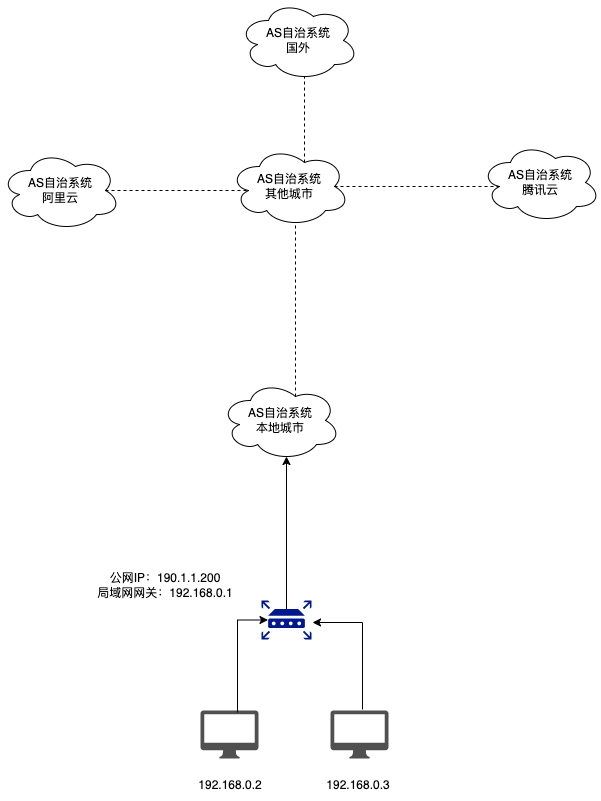
The draw.io diagram IP:跨越AS工作原理.drawio.png in JYbill/draw, before a commit. Source tidied: cells renumbered, new cells last; positions are measured from the earlier drawing's top-left corner, leaving out a move shared by most shapes. Its diagram source:
```xml
<mxGraphModel>
  <root>
    <mxCell id="0" />
    <mxCell id="1" parent="0" />
    <mxCell id="2" value="AS自治系统&lt;br&gt;本地城市" style="ellipse;shape=cloud;whiteSpace=wrap;html=1;" parent="1" vertex="1">
      <mxGeometry x="220" y="380" width="120" height="80" as="geometry" />
    </mxCell>
    <mxCell id="3" style="sketch=0;shadow=0;dashed=0;html=1;strokeColor=none;fillColor=#505050;labelPosition=center;verticalLabelPosition=bottom;verticalAlign=top;outlineConnect=0;align=center;shape=mxgraph.office.devices.mac_client;points=[];" parent="1" vertex="1">
      <mxGeometry x="200" y="710" width="58" height="48" as="geometry" />
    </mxCell>
    <mxCell id="4" style="sketch=0;shadow=0;dashed=0;html=1;strokeColor=none;fillColor=#505050;labelPosition=center;verticalLabelPosition=bottom;verticalAlign=top;outlineConnect=0;align=center;shape=mxgraph.office.devices.mac_client;" parent="1" vertex="1">
      <mxGeometry x="330" y="710" width="58" height="48" as="geometry" />
    </mxCell>
    <mxCell id="5" value="192.168.0.2" style="text;html=1;align=center;verticalAlign=middle;whiteSpace=wrap;rounded=0;" parent="1" vertex="1">
      <mxGeometry x="200" y="770" width="60" height="30" as="geometry" />
    </mxCell>
    <mxCell id="6" value="192.168.0.3" style="text;html=1;align=center;verticalAlign=middle;whiteSpace=wrap;rounded=0;" parent="1" vertex="1">
      <mxGeometry x="328" y="770" width="60" height="30" as="geometry" />
    </mxCell>
    <mxCell id="7" style="sketch=0;shadow=0;dashed=0;html=1;strokeColor=none;labelPosition=center;verticalLabelPosition=bottom;verticalAlign=top;align=center;fillColor=#00188D;shape=mxgraph.mscae.enterprise.router;" parent="1" vertex="1">
      <mxGeometry x="261" y="600" width="50" height="39" as="geometry" />
    </mxCell>
    <mxCell id="8" style="rounded=0;jettySize=auto;html=1;entryX=0.13;entryY=0.5;entryDx=0;entryDy=0;entryPerimeter=0;exitX=0.638;exitY=0.042;exitDx=0;exitDy=0;exitPerimeter=0;edgeStyle=orthogonalEdgeStyle;" parent="1" edge="1" source="3" target="7">
      <mxGeometry relative="1" as="geometry">
        <Array as="points">
          <mxPoint x="237" y="620" />
        </Array>
      </mxGeometry>
    </mxCell>
    <mxCell id="9" style="edgeStyle=orthogonalEdgeStyle;rounded=0;jettySize=auto;html=1;entryX=1.02;entryY=0.564;entryDx=0;entryDy=0;entryPerimeter=0;exitX=0.552;exitY=-0.021;exitDx=0;exitDy=0;exitPerimeter=0;" parent="1" edge="1" source="4" target="7">
      <mxGeometry relative="1" as="geometry" />
    </mxCell>
    <mxCell id="10" value="公网IP：190.1.1.200&lt;br&gt;局域网网关：192.168.0.1" style="text;html=1;align=center;verticalAlign=middle;whiteSpace=wrap;rounded=0;" parent="1" vertex="1">
      <mxGeometry x="90" y="570" width="150" height="30" as="geometry" />
    </mxCell>
    <mxCell id="11" style="edgeStyle=orthogonalEdgeStyle;rounded=0;jettySize=auto;html=1;exitX=0.5;exitY=0.22;exitDx=0;exitDy=0;exitPerimeter=0;entryX=0.55;entryY=0.95;entryDx=0;entryDy=0;entryPerimeter=0;" parent="1" edge="1" source="7" target="2">
      <mxGeometry relative="1" as="geometry" />
    </mxCell>
    <mxCell id="12" value="AS自治系统&lt;br&gt;其他城市" style="ellipse;shape=cloud;whiteSpace=wrap;html=1;" parent="1" vertex="1">
      <mxGeometry x="229" y="146" width="120" height="80" as="geometry" />
    </mxCell>
    <mxCell id="13" value="AS自治系统&lt;br&gt;腾讯云" style="ellipse;shape=cloud;whiteSpace=wrap;html=1;" parent="1" vertex="1">
      <mxGeometry x="480" y="142" width="120" height="80" as="geometry" />
    </mxCell>
    <mxCell id="14" value="AS自治系统&lt;br&gt;阿里云" style="ellipse;shape=cloud;whiteSpace=wrap;html=1;" parent="1" vertex="1">
      <mxGeometry y="150" width="120" height="80" as="geometry" />
    </mxCell>
    <mxCell id="15" value="AS自治系统&lt;br&gt;国外" style="ellipse;shape=cloud;whiteSpace=wrap;html=1;" parent="1" vertex="1">
      <mxGeometry x="238" width="120" height="80" as="geometry" />
    </mxCell>
    <mxCell id="16" style="edgeStyle=orthogonalEdgeStyle;rounded=0;jettySize=auto;html=1;exitX=0.875;exitY=0.5;exitDx=0;exitDy=0;exitPerimeter=0;entryX=0.16;entryY=0.55;entryDx=0;entryDy=0;entryPerimeter=0;dashed=1;endArrow=none;endFill=0;" parent="1" edge="1" source="14" target="12">
      <mxGeometry relative="1" as="geometry" />
    </mxCell>
    <mxCell id="17" style="edgeStyle=orthogonalEdgeStyle;rounded=0;jettySize=auto;html=1;exitX=0.875;exitY=0.5;exitDx=0;exitDy=0;exitPerimeter=0;entryX=0.16;entryY=0.55;entryDx=0;entryDy=0;entryPerimeter=0;strokeColor=none;dashed=1;endArrow=none;endFill=0;" parent="1" edge="1" source="12" target="13">
      <mxGeometry relative="1" as="geometry" />
    </mxCell>
    <mxCell id="18" style="edgeStyle=orthogonalEdgeStyle;rounded=0;jettySize=auto;html=1;exitX=0.625;exitY=0.2;exitDx=0;exitDy=0;exitPerimeter=0;entryX=0.55;entryY=0.95;entryDx=0;entryDy=0;entryPerimeter=0;dashed=1;endArrow=none;endFill=0;" parent="1" edge="1" source="12" target="15">
      <mxGeometry relative="1" as="geometry" />
    </mxCell>
    <mxCell id="19" style="edgeStyle=orthogonalEdgeStyle;rounded=0;jettySize=auto;html=1;exitX=0.875;exitY=0.5;exitDx=0;exitDy=0;exitPerimeter=0;entryX=0.16;entryY=0.55;entryDx=0;entryDy=0;entryPerimeter=0;endArrow=none;endFill=0;dashed=1;" parent="1" edge="1" source="12" target="13">
      <mxGeometry relative="1" as="geometry" />
    </mxCell>
    <mxCell id="20" style="edgeStyle=orthogonalEdgeStyle;rounded=0;jettySize=auto;html=1;exitX=0.625;exitY=0.2;exitDx=0;exitDy=0;exitPerimeter=0;entryX=0.55;entryY=0.95;entryDx=0;entryDy=0;entryPerimeter=0;endArrow=none;endFill=0;dashed=1;" parent="1" edge="1" source="2" target="12">
      <mxGeometry relative="1" as="geometry" />
    </mxCell>
  </root>
</mxGraphModel>
```
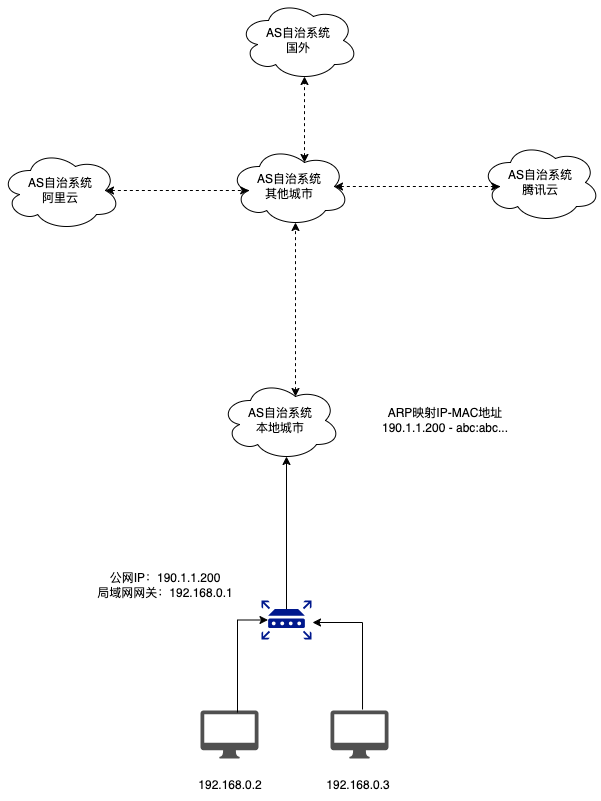
The same diagram one commit later.

Commit message:
更新IP:跨越AS工作原理.drawio.png

What changed in the source:
```diff
@@ -48,20 +48,23 @@
     <mxCell id="15" value="AS自治系统&lt;br&gt;国外" style="ellipse;shape=cloud;whiteSpace=wrap;html=1;" parent="1" vertex="1">
       <mxGeometry x="238" width="120" height="80" as="geometry" />
     </mxCell>
-    <mxCell id="16" style="edgeStyle=orthogonalEdgeStyle;rounded=0;jettySize=auto;html=1;exitX=0.875;exitY=0.5;exitDx=0;exitDy=0;exitPerimeter=0;entryX=0.16;entryY=0.55;entryDx=0;entryDy=0;entryPerimeter=0;dashed=1;endArrow=none;endFill=0;" parent="1" edge="1" source="14" target="12">
+    <mxCell id="16" style="edgeStyle=orthogonalEdgeStyle;rounded=0;jettySize=auto;html=1;exitX=0.875;exitY=0.5;exitDx=0;exitDy=0;exitPerimeter=0;entryX=0.16;entryY=0.55;entryDx=0;entryDy=0;entryPerimeter=0;dashed=1;endArrow=classic;endFill=1;startArrow=classic;startFill=1;" parent="1" edge="1" source="14" target="12">
       <mxGeometry relative="1" as="geometry" />
     </mxCell>
     <mxCell id="17" style="edgeStyle=orthogonalEdgeStyle;rounded=0;jettySize=auto;html=1;exitX=0.875;exitY=0.5;exitDx=0;exitDy=0;exitPerimeter=0;entryX=0.16;entryY=0.55;entryDx=0;entryDy=0;entryPerimeter=0;strokeColor=none;dashed=1;endArrow=none;endFill=0;" parent="1" edge="1" source="12" target="13">
       <mxGeometry relative="1" as="geometry" />
     </mxCell>
-    <mxCell id="18" style="edgeStyle=orthogonalEdgeStyle;rounded=0;jettySize=auto;html=1;exitX=0.625;exitY=0.2;exitDx=0;exitDy=0;exitPerimeter=0;entryX=0.55;entryY=0.95;entryDx=0;entryDy=0;entryPerimeter=0;dashed=1;endArrow=none;endFill=0;" parent="1" edge="1" source="12" target="15">
+    <mxCell id="18" style="edgeStyle=orthogonalEdgeStyle;rounded=0;jettySize=auto;html=1;exitX=0.625;exitY=0.2;exitDx=0;exitDy=0;exitPerimeter=0;entryX=0.55;entryY=0.95;entryDx=0;entryDy=0;entryPerimeter=0;dashed=1;endArrow=classic;endFill=1;startArrow=classic;startFill=1;" parent="1" edge="1" source="12" target="15">
       <mxGeometry relative="1" as="geometry" />
     </mxCell>
-    <mxCell id="19" style="edgeStyle=orthogonalEdgeStyle;rounded=0;jettySize=auto;html=1;exitX=0.875;exitY=0.5;exitDx=0;exitDy=0;exitPerimeter=0;entryX=0.16;entryY=0.55;entryDx=0;entryDy=0;entryPerimeter=0;endArrow=none;endFill=0;dashed=1;" parent="1" edge="1" source="12" target="13">
+    <mxCell id="19" style="edgeStyle=orthogonalEdgeStyle;rounded=0;jettySize=auto;html=1;exitX=0.875;exitY=0.5;exitDx=0;exitDy=0;exitPerimeter=0;entryX=0.16;entryY=0.55;entryDx=0;entryDy=0;entryPerimeter=0;endArrow=classic;endFill=1;dashed=1;startArrow=classic;startFill=1;" parent="1" edge="1" source="12" target="13">
       <mxGeometry relative="1" as="geometry" />
     </mxCell>
-    <mxCell id="20" style="edgeStyle=orthogonalEdgeStyle;rounded=0;jettySize=auto;html=1;exitX=0.625;exitY=0.2;exitDx=0;exitDy=0;exitPerimeter=0;entryX=0.55;entryY=0.95;entryDx=0;entryDy=0;entryPerimeter=0;endArrow=none;endFill=0;dashed=1;" parent="1" edge="1" source="2" target="12">
+    <mxCell id="20" style="edgeStyle=orthogonalEdgeStyle;rounded=0;jettySize=auto;html=1;exitX=0.625;exitY=0.2;exitDx=0;exitDy=0;exitPerimeter=0;entryX=0.55;entryY=0.95;entryDx=0;entryDy=0;entryPerimeter=0;endArrow=classic;endFill=1;dashed=1;startArrow=classic;startFill=1;" parent="1" edge="1" source="2" target="12">
       <mxGeometry relative="1" as="geometry" />
     </mxCell>
+    <mxCell id="21" value="ARP映射IP-MAC地址&lt;br&gt;190.1.1.200 - abc:abc..." style="text;html=1;align=center;verticalAlign=middle;whiteSpace=wrap;rounded=0;" parent="1" vertex="1">
+      <mxGeometry x="370" y="405" width="150" height="30" as="geometry" />
+    </mxCell>
   </root>
 </mxGraphModel>
```
